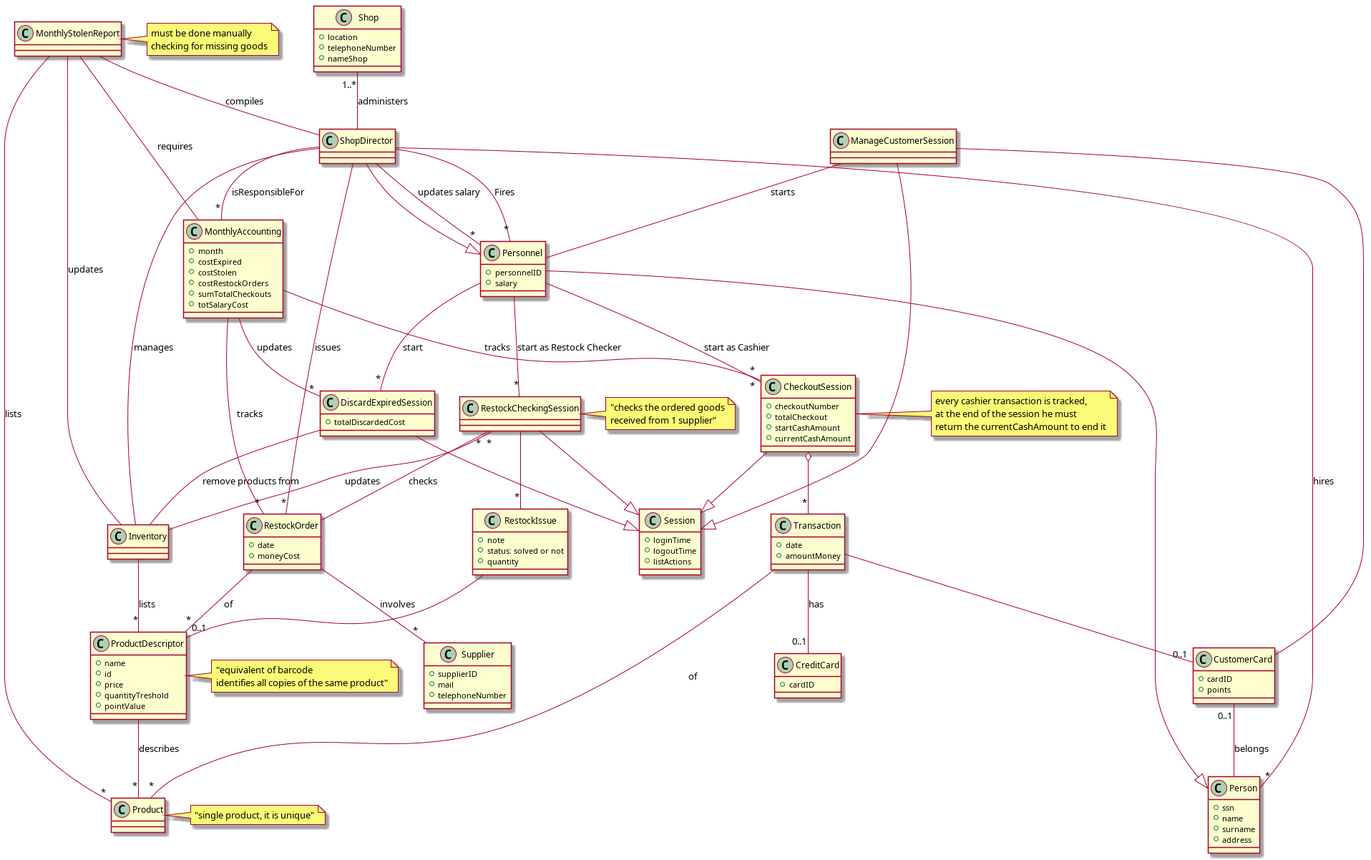
Before: uml/UmlClassDiagram.png, a diagram exported from PlantUML (andreadimax/EZShop). Its diagram source:
```plantuml
@startuml
class Shop{
        +location
        +telephoneNumber
        +nameShop
}
class RestockOrder{
        +date
        +moneyCost
}
class Supplier{
        +supplierID
        +mail
        +telephoneNumber
}
class Transaction{
        +date
        +amountMoney
}

class CreditCard{
        +cardID
}

class Product{
}

note right: "single product, it is unique"
class Inventory{

}
class CustomerCard{
        +cardID
        +points
}
class ProductDescriptor{
       +name
       +id
       +price
       +quantityTreshold
       +pointValue
}
note right: "equivalent of barcode\nidentifies all copies of the same product"

class Person{
        +ssn
        +name
        +surname
        +address
}
class Personnel{
        +personnelID
        +salary
}

class Session{
        +loginTime
        +logoutTime
        +listActions
}

class CheckoutSession{
        +checkoutNumber
        +totalCheckout
        +startCashAmount
        +currentCashAmount
}
note right : every cashier transaction is tracked,\nat the end of the session he must\nreturn the currentCashAmount to end it
class MonthlyAccounting{
        +month
        +costExpired
        +costStolen
        +costRestockOrders
        +sumTotalCheckouts
        +totSalaryCost
}
class DiscardExpiredSession{
        +totalDiscardedCost
}

class ManageCustomerSession{
}

class MonthlyStolenReport{

}
note right : must be done manually\nchecking for missing goods
class RestockCheckingSession{
}
note right: "checks the ordered goods\nreceived from 1 supplier"
class RestockIssue{
        +note
        +status: solved or not
        +quantity
}
RestockCheckingSession "*" -- RestockOrder : checks
RestockCheckingSession --|> Session
RestockCheckingSession -- "*" RestockIssue
RestockIssue -- "0..1" ProductDescriptor


CheckoutSession --|> Session
CheckoutSession o-- "*" Transaction

ManageCustomerSession --|> Session
ManageCustomerSession -- CustomerCard
ManageCustomerSession -- Personnel: starts

Shop "1..*" -- ShopDirector :administers
ShopDirector -- "*" RestockOrder :issues
Inventory -- "*" ProductDescriptor :lists
ProductDescriptor -- "*" Product :describes
RestockCheckingSession "*" -- Inventory :updates
RestockOrder -- "*" ProductDescriptor : of
RestockOrder -- "*" Supplier :involves
Transaction -- "*" Product :of
Transaction -- "0..1" CustomerCard
Transaction -- "0..1" CreditCard: has
CustomerCard "0..1" -- Person :belongs
Personnel --|> Person
Personnel -- "*" CheckoutSession : start as Cashier
Personnel -- "*" RestockCheckingSession : start as Restock Checker
ShopDirector --|> Personnel
ShopDirector -- "*" Personnel : updates salary
ShopDirector -- "*" Personnel : Fires
ShopDirector -- "*" Person :hires
ShopDirector -- Inventory: manages
DiscardExpiredSession -- Inventory: remove products from
DiscardExpiredSession --|> Session
Personnel -- "*" DiscardExpiredSession : start
ShopDirector -- "*" MonthlyAccounting : isResponsibleFor
MonthlyAccounting -- "*" CheckoutSession :tracks
MonthlyAccounting -- "*" DiscardExpiredSession: updates
MonthlyAccounting -- "*" RestockOrder :tracks
MonthlyStolenReport -- MonthlyAccounting :requires
MonthlyStolenReport -- "*" Product :lists
MonthlyStolenReport -- Inventory :updates
MonthlyStolenReport -- ShopDirector: compiles

@enduml
```
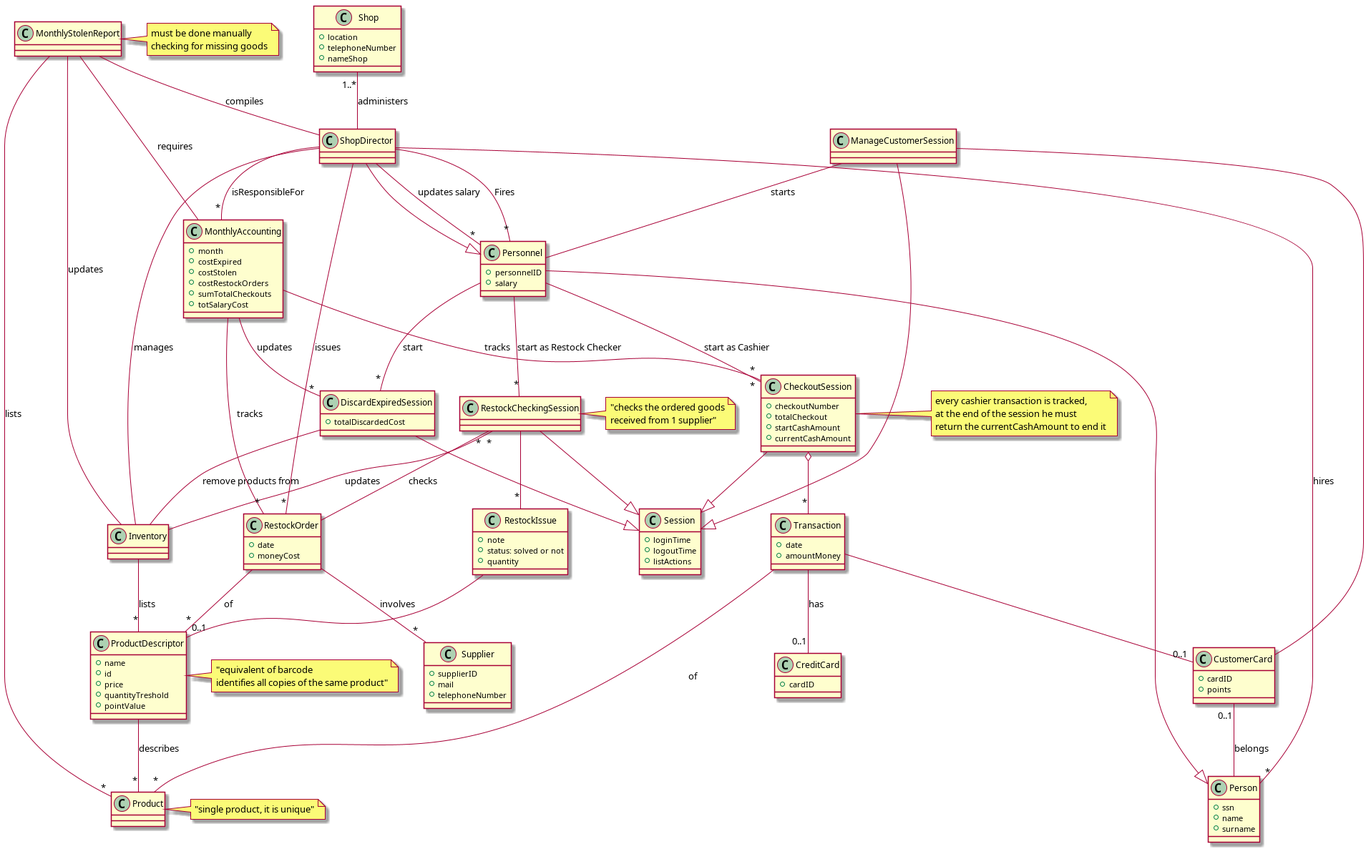
Later version of the same file.

Commit message:
fix: removed attribute address from Person

The edit, as a diff of the source:
```diff
@@ -46,7 +46,6 @@
         +ssn
         +name
         +surname
-        +address
 }
 class Personnel{
         +personnelID
```
